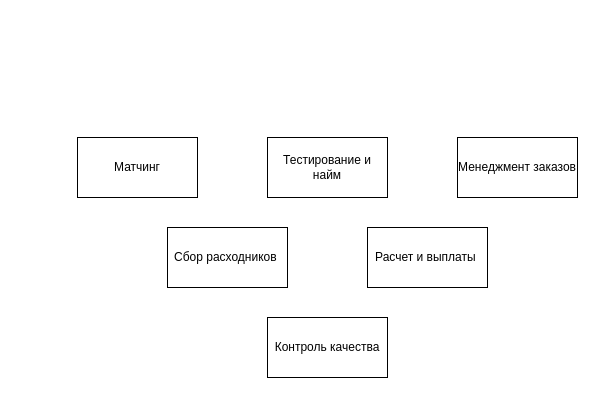
omichkun/system_analysis keeps this draw.io diagram as page "Subdomains" (2 of 8) of 3hw/3hw.drawio. Above is the earlier version. Source tidied: cells renumbered, new cells numbered last; positions are measured from the earlier drawing's top-left corner, leaving out a move shared by most shapes. Both pictures are drawn from the tidied source at 100%, with x=0, y=0 at pixel (77, 137).
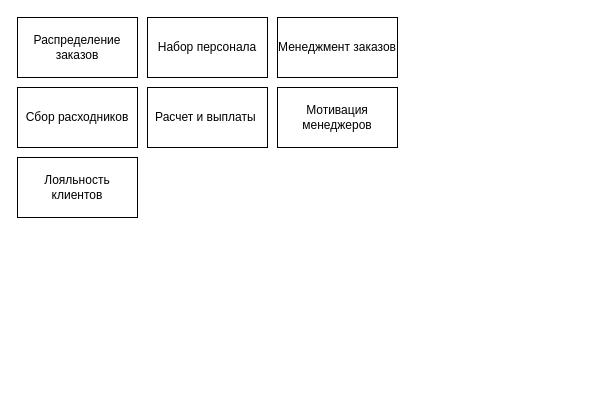
After the change.

The edit, as a diff of the source:
```diff
@@
 <mxGraphModel>
   <root>
     <mxCell id="0" />
     <mxCell id="1" parent="0" />
-    <mxCell id="2" value="Матчинг" style="whiteSpace=wrap;html=1;" parent="1" vertex="1">
-      <mxGeometry width="120" height="60" as="geometry" />
+    <mxCell id="2" value="Распределение заказов" style="whiteSpace=wrap;html=1;" parent="1" vertex="1">
+      <mxGeometry x="-60" y="-120" width="120" height="60" as="geometry" />
     </mxCell>
-    <mxCell id="3" value="Тестирование и найм" style="whiteSpace=wrap;html=1;" parent="1" vertex="1">
-      <mxGeometry x="190" width="120" height="60" as="geometry" />
+    <mxCell id="3" value="Набор персонала" style="whiteSpace=wrap;html=1;" parent="1" vertex="1">
+      <mxGeometry x="70" y="-120" width="120" height="60" as="geometry" />
     </mxCell>
     <mxCell id="4" value="Менеджмент заказов" style="whiteSpace=wrap;html=1;" parent="1" vertex="1">
-      <mxGeometry x="380" width="120" height="60" as="geometry" />
+      <mxGeometry x="200" y="-120" width="120" height="60" as="geometry" />
     </mxCell>
-    <mxCell id="5" value="Сбор расходников&amp;nbsp;" style="whiteSpace=wrap;html=1;" parent="1" vertex="1">
-      <mxGeometry x="90" y="90" width="120" height="60" as="geometry" />
+    <mxCell id="5" value="Сбор расходников" style="whiteSpace=wrap;html=1;" parent="1" vertex="1">
+      <mxGeometry x="-60" y="-50" width="120" height="60" as="geometry" />
     </mxCell>
     <mxCell id="6" value="Расчет и выплаты&amp;nbsp;" style="whiteSpace=wrap;html=1;" parent="1" vertex="1">
-      <mxGeometry x="290" y="90" width="120" height="60" as="geometry" />
+      <mxGeometry x="70" y="-50" width="120" height="60" as="geometry" />
     </mxCell>
-    <mxCell id="7" value="Контроль качества" style="whiteSpace=wrap;html=1;" parent="1" vertex="1">
-      <mxGeometry x="190" y="180" width="120" height="60" as="geometry" />
-    </mxCell>
+    <mxCell id="8" value="Мотивация менеджеров" style="whiteSpace=wrap;html=1;" parent="1" vertex="1">
+      <mxGeometry x="200" y="-50" width="120" height="60" as="geometry" />
+    </mxCell>
+    <mxCell id="9" value="Лояльность клиентов" style="whiteSpace=wrap;html=1;" parent="1" vertex="1">
+      <mxGeometry x="-60" y="20" width="120" height="60" as="geometry" />
+    </mxCell>
   </root>
 </mxGraphModel>
```
